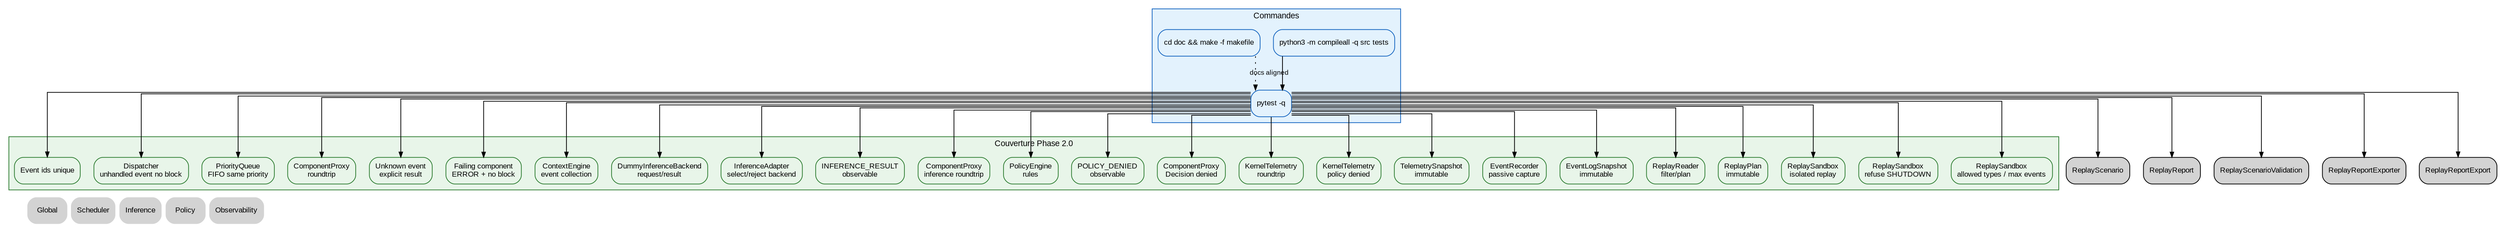
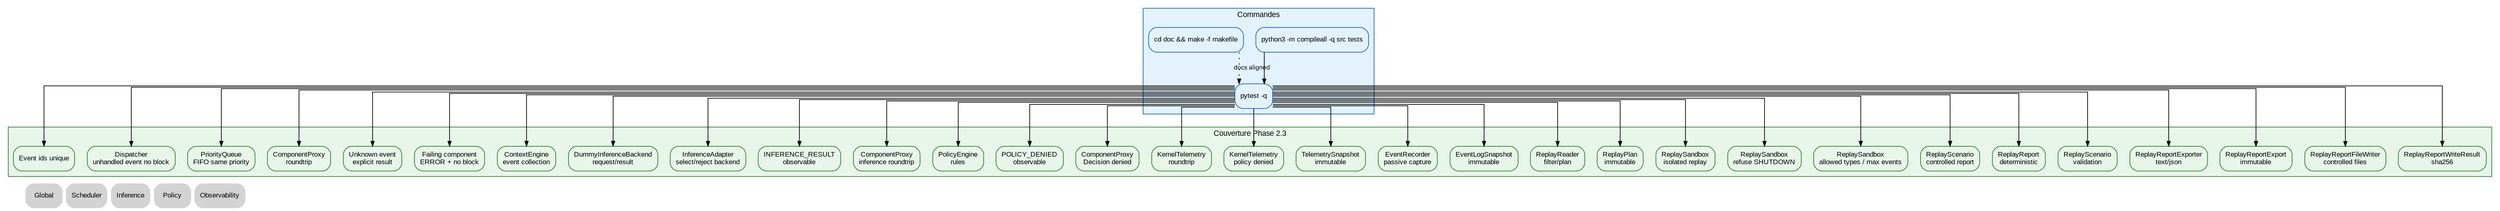
digraph Tests {
    rankdir=TB;
    splines=ortho;

    graph [fontname="Arial", fontsize=11];
    node [shape=box, style="rounded,filled", fontname="Arial", fontsize=10];
    edge [fontname="Arial", fontsize=9, arrowsize=0.7];

-     // ROADMAP_NOTE[phase2_2]:
-     // La couverture ajoute ReplayReportExporter et ReplayReportExport.
-     // Les tests vérifient export texte, export JSON déterministe,
-     // ordre stable, contenu compact et validation du contrat d'export.
+     // ROADMAP_NOTE[phase2_3]:
+     // La couverture ajoute ReplayReportFileWriter et ReplayReportWriteResult.
+     // Les tests vérifient écriture explicite, refus overwrite par défaut,
+     // création parent opt-in, checksum sha256 et validation du contrat d'écriture.

    subgraph cluster_commands {
        label="Commandes";
        color="#1565c0";
        bgcolor="#e3f2fd";
        node [fillcolor="#e3f2fd", color="#1565c0"];
        Compile [label="python3 -m compileall -q src tests"];
        Pytest [label="pytest -q"];
        Dot [label="cd doc && make -f makefile"];
    }

    subgraph cluster_coverage {
-         label="Couverture Phase 2.0";
+         label="Couverture Phase 2.3";
        color="#2e7d32";
        bgcolor="#e8f5e9";
        node [fillcolor="#e8f5e9", color="#2e7d32"];
        EventIds [label="Event ids unique"];
        Dispatcher [label="Dispatcher\nunhandled event no block"];
        Queue [label="PriorityQueue\nFIFO same priority"];
        Proxy [label="ComponentProxy\nroundtrip"];
        Unknown [label="Unknown event\nexplicit result"];
        Failure [label="Failing component\nERROR + no block"];
        Context [label="ContextEngine\nevent collection"];
        Inference [label="DummyInferenceBackend\nrequest/result"];
        InferenceAdapter [label="InferenceAdapter\nselect/reject backend"];
        InferenceObs [label="INFERENCE_RESULT\nobservable"];
        InferenceProxy [label="ComponentProxy\ninference roundtrip"];
        PolicyRules [label="PolicyEngine\nrules"];
        PolicyDenied [label="POLICY_DENIED\nobservable"];
        PolicyProxy [label="ComponentProxy\nDecision denied"];
        TelemetryRoundtrip [label="KernelTelemetry\nroundtrip"];
        TelemetryDenied [label="KernelTelemetry\npolicy denied"];
        TelemetrySnapshot [label="TelemetrySnapshot\nimmutable"];
        EventRecorder [label="EventRecorder\npassive capture"];
        EventLogSnapshot [label="EventLogSnapshot\nimmutable"];
        ReplayReader [label="ReplayReader\nfilter/plan"];
        ReplayPlan [label="ReplayPlan\nimmutable"];
        ReplaySandbox [label="ReplaySandbox\nisolated replay"];
        ReplaySandboxDenied [label="ReplaySandbox\nrefuse SHUTDOWN"];
        ReplaySandboxLimits [label="ReplaySandbox\nallowed types / max events"];
+         ReplayScenario [label="ReplayScenario\ncontrolled report"];
+         ReplayReport [label="ReplayReport\ndeterministic"];
+         ReplayScenarioValidation [label="ReplayScenario\nvalidation"];
+         ReplayReportExporter [label="ReplayReportExporter\ntext/json"];
+         ReplayReportExport [label="ReplayReportExport\nimmutable"];
+         ReplayReportFileWriter [label="ReplayReportFileWriter\ncontrolled files"];
+         ReplayReportWriteResult [label="ReplayReportWriteResult\nsha256"];
    }

    Compile -> Pytest;
    Pytest -> EventIds;
    Pytest -> Dispatcher;
    Pytest -> Queue;
    Pytest -> Proxy;
    Pytest -> Unknown;
    Pytest -> Failure;
    Pytest -> Context;
    Pytest -> Inference;
    Pytest -> InferenceAdapter;
    Pytest -> InferenceObs;
    Pytest -> InferenceProxy;
    Pytest -> PolicyRules;
    Pytest -> PolicyDenied;
    Pytest -> PolicyProxy;
    Pytest -> TelemetryRoundtrip;
    Pytest -> TelemetryDenied;
    Pytest -> TelemetrySnapshot;
    Pytest -> EventRecorder;
    Pytest -> EventLogSnapshot;
    Pytest -> ReplayReader;
    Pytest -> ReplayPlan;
    Pytest -> ReplaySandbox;
    Pytest -> ReplaySandboxDenied;
    Pytest -> ReplaySandboxLimits;
    Pytest -> ReplayScenario;
    Pytest -> ReplayReport;
    Pytest -> ReplayScenarioValidation;
    Pytest -> ReplayReportExporter;
    Pytest -> ReplayReportExport;
+     Pytest -> ReplayReportFileWriter;
+     Pytest -> ReplayReportWriteResult;
    Dot -> Pytest [style=dotted, label="docs aligned"];

    Nav_Global [label="Global", shape=plaintext, URL="../00_global.svg"];
    Nav_Scheduler [label="Scheduler", shape=plaintext, URL="../scheduler/10_scheduler.svg"];
    Nav_Inference [label="Inference", shape=plaintext, URL="../inference/40_inference.svg"];
    Nav_Policy [label="Policy", shape=plaintext, URL="../00_global.svg"];
    Nav_Observability [label="Observability", shape=plaintext, URL="../observability/70_observability.svg"];

    { rank=sink; Nav_Global; Nav_Scheduler; Nav_Inference; Nav_Policy; Nav_Observability; }
}
